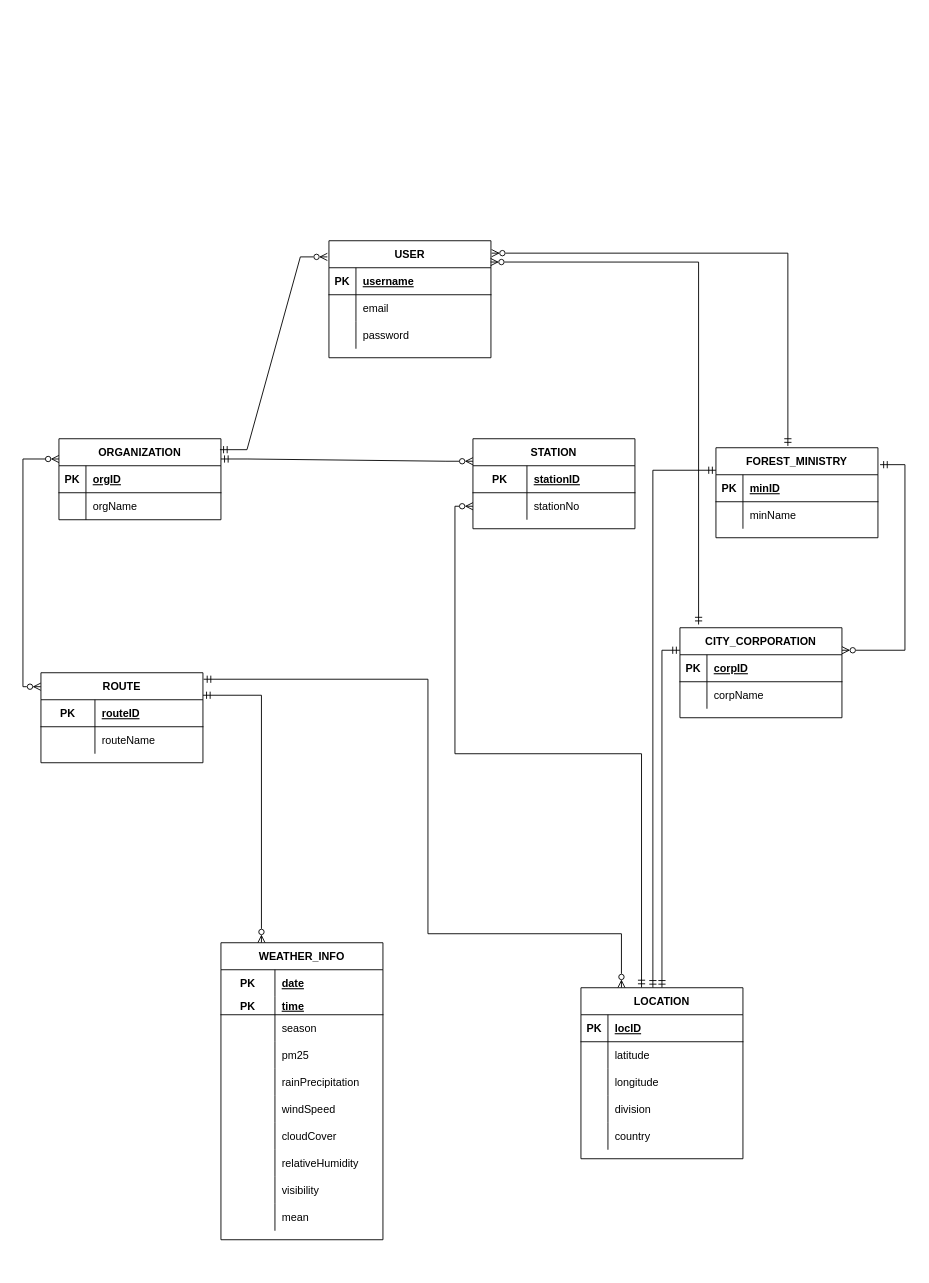
Above: z-design/EERD.drawio in zorojuro75/CSE303-sec-03-Group-03 (draw.io), before the change. Source tidied: cells renumbered, new cells numbered last; positions are measured from the earlier drawing's top-left corner, leaving out a move shared by most shapes. Both pictures are drawn from the tidied source at 90%, with x=0, y=0 at pixel (40, 240).
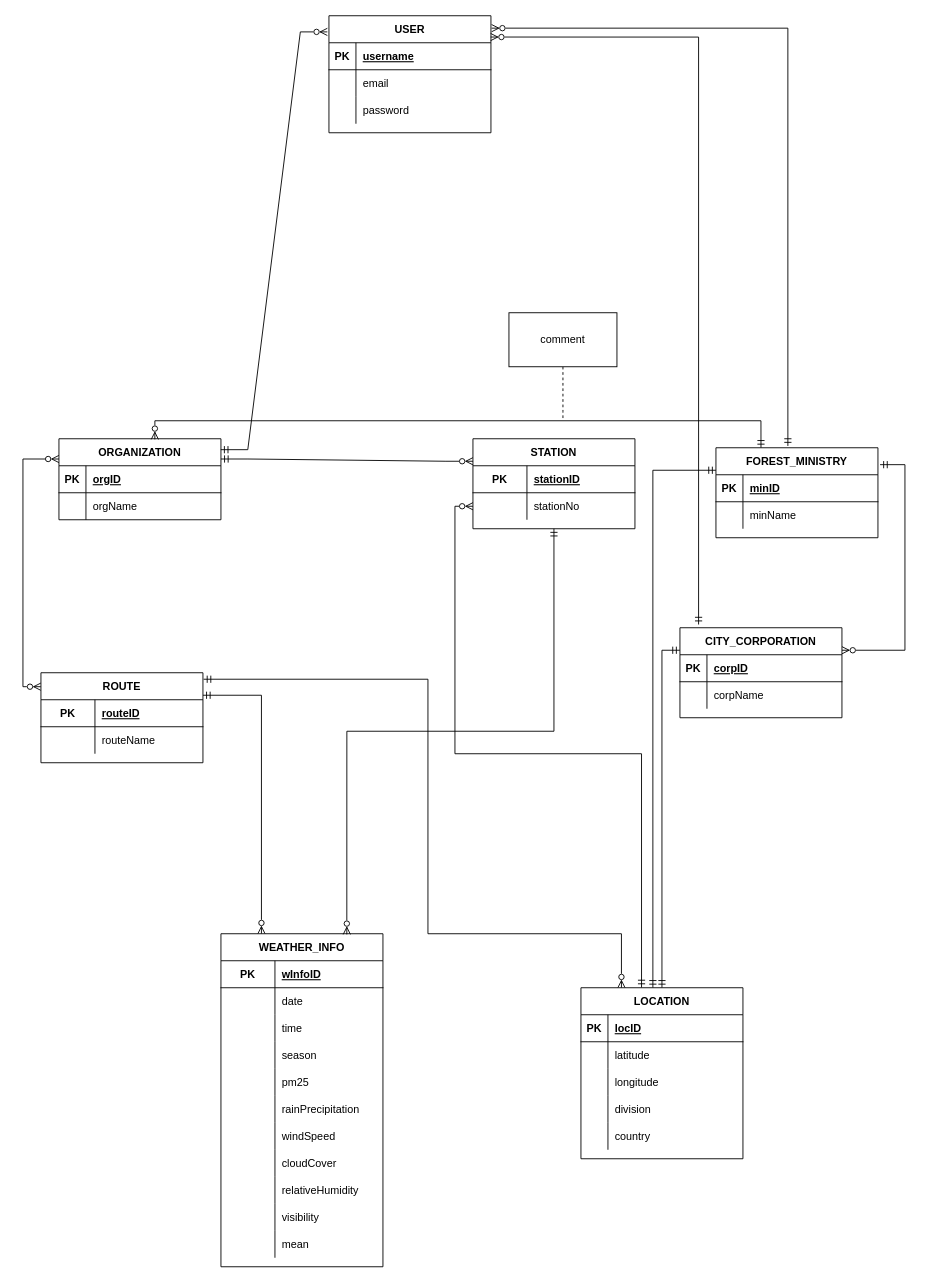
Above is the later version.

The change refers to these unchanged cells:
```xml
<mxCell id="13" value="ORGANIZATION" style="shape=table;startSize=30;childLayout=tableLayout;rowLines=0;fontStyle=1;align=center;" parent="1" vertex="1">
  <mxGeometry x="20" y="220" width="180" height="90" as="geometry" />
</mxCell>
<mxCell id="22" value="FOREST_MINISTRY" style="shape=table;startSize=30;childLayout=tableLayout;rowLines=0;fontStyle=1;align=center;" parent="1" vertex="1">
  <mxGeometry x="750" y="230" width="180" height="100" as="geometry" />
</mxCell>
<mxCell id="37" value="STATION" style="shape=table;startSize=30;childLayout=tableLayout;rowLines=0;fontStyle=1;align=center;" parent="1" vertex="1">
  <mxGeometry x="480" y="220" width="180" height="100" as="geometry" />
</mxCell>
<mxCell id="47" value="CITY_CORPORATION" style="shape=table;startSize=30;childLayout=tableLayout;rowLines=0;fontStyle=1;align=center;" parent="1" vertex="1">
  <mxGeometry x="710" y="430" width="180" height="100" as="geometry" />
</mxCell>
```

Change to the diagram source:
```diff
@@
     <mxCell id="2" value="USER" style="shape=table;startSize=30;childLayout=tableLayout;rowLines=0;fontStyle=1;align=center;" parent="1" vertex="1">
-      <mxGeometry x="320" width="180" height="130" as="geometry" />
+      <mxGeometry x="320" y="-250" width="180" height="130" as="geometry" />
     </mxCell>
@@
     <mxCell id="21" style="edgeStyle=orthogonalEdgeStyle;rounded=0;jettySize=auto;html=1;entryX=1.004;entryY=0.106;entryDx=0;entryDy=0;entryPerimeter=0;startArrow=ERmandOne;startFill=0;endArrow=ERzeroToMany;endFill=0;exitX=0.444;exitY=-0.02;exitDx=0;exitDy=0;exitPerimeter=0;" parent="1" edge="1" source="22" target="2">
       <mxGeometry relative="1" as="geometry">
         <Array as="points">
-          <mxPoint x="830" y="14" />
+          <mxPoint x="830" y="-236" />
         </Array>
       </mxGeometry>
     </mxCell>
+    <mxCell id="105" style="edgeStyle=orthogonalEdgeStyle;rounded=0;jettySize=auto;html=1;exitX=0.278;exitY=0;exitDx=0;exitDy=0;entryX=0.592;entryY=0.008;entryDx=0;entryDy=0;entryPerimeter=0;exitPerimeter=0;startArrow=ERmandOne;startFill=0;endArrow=ERzeroToMany;endFill=0;" parent="1" edge="1" source="22" target="13">
+      <mxGeometry relative="1" as="geometry" />
+    </mxCell>
@@
     <mxCell id="46" style="edgeStyle=orthogonalEdgeStyle;rounded=0;jettySize=auto;html=1;entryX=0.998;entryY=0.182;entryDx=0;entryDy=0;entryPerimeter=0;startArrow=ERmandOne;startFill=0;endArrow=ERzeroToMany;endFill=0;exitX=0.115;exitY=-0.036;exitDx=0;exitDy=0;exitPerimeter=0;" parent="1" edge="1" source="47" target="2">
       <mxGeometry relative="1" as="geometry">
         <Array as="points">
-          <mxPoint x="731" y="24" />
+          <mxPoint x="731" y="-226" />
+          <mxPoint x="500" y="-226" />
         </Array>
       </mxGeometry>
     </mxCell>
@@
     <mxCell id="54" value="WEATHER_INFO" style="shape=table;startSize=30;childLayout=tableLayout;rowLines=0;fontStyle=1;align=center;" parent="1" vertex="1">
-      <mxGeometry x="200" y="780" width="180" height="330" as="geometry" />
+      <mxGeometry x="200" y="770" width="180" height="370" as="geometry" />
     </mxCell>
-    <mxCell id="55" style="shape=tableRow;horizontal=0;startSize=0;swimlaneHead=0;swimlaneBody=0;fillColor=none;top=0;left=0;right=0;bottom=0;" parent="54" vertex="1">
-      <mxGeometry y="30" width="180" height="30" as="geometry" />
-    </mxCell>
-    <mxCell id="56" value="PK" style="shape=partialRectangle;fillColor=none;top=0;left=0;bottom=0;right=0;overflow=hidden;fontStyle=1;" parent="55" vertex="1">
-      <mxGeometry width="60" height="30" as="geometry" />
-    </mxCell>
-    <mxCell id="57" value="date" style="shape=partialRectangle;fillColor=none;top=0;left=0;bottom=0;right=0;align=left;spacingLeft=6;overflow=hidden;fontStyle=5;" parent="55" vertex="1">
-      <mxGeometry x="60" width="120" height="30" as="geometry" />
-    </mxCell>
     <mxCell id="58" style="shape=tableRow;horizontal=0;startSize=0;swimlaneHead=0;swimlaneBody=0;fillColor=none;top=0;left=0;right=0;bottom=1;" parent="54" vertex="1">
-      <mxGeometry y="60" width="180" height="20" as="geometry" />
+      <mxGeometry y="30" width="180" height="30" as="geometry" />
     </mxCell>
     <mxCell id="59" value="PK" style="shape=partialRectangle;fillColor=none;top=0;left=0;bottom=0;right=0;fontStyle=1;overflow=hidden;" parent="58" vertex="1">
-      <mxGeometry width="60" height="20" as="geometry" />
+      <mxGeometry width="60" height="30" as="geometry" />
     </mxCell>
-    <mxCell id="60" value="time" style="shape=partialRectangle;fillColor=none;top=0;left=0;bottom=0;right=0;align=left;spacingLeft=6;fontStyle=5;overflow=hidden;" parent="58" vertex="1">
-      <mxGeometry x="60" width="120" height="20" as="geometry" />
+    <mxCell id="60" value="wInfoID" style="shape=partialRectangle;fillColor=none;top=0;left=0;bottom=0;right=0;align=left;spacingLeft=6;fontStyle=5;overflow=hidden;" parent="58" vertex="1">
+      <mxGeometry x="60" width="120" height="30" as="geometry" />
     </mxCell>
+    <mxCell id="106" style="shape=tableRow;horizontal=0;startSize=0;swimlaneHead=0;swimlaneBody=0;fillColor=none;top=0;left=0;right=0;bottom=0;" parent="54" vertex="1">
+      <mxGeometry y="60" width="180" height="30" as="geometry" />
+    </mxCell>
+    <mxCell id="107" style="shape=partialRectangle;fillColor=none;top=0;left=0;bottom=0;right=0;overflow=hidden;" parent="106" vertex="1">
+      <mxGeometry width="60" height="30" as="geometry" />
+    </mxCell>
+    <mxCell id="57" value="date" style="shape=partialRectangle;fillColor=none;top=0;left=0;bottom=0;right=0;align=left;spacingLeft=6;overflow=hidden;" parent="106" vertex="1">
+      <mxGeometry x="60" width="120" height="30" as="geometry" />
+    </mxCell>
+    <mxCell id="108" style="shape=tableRow;horizontal=0;startSize=0;swimlaneHead=0;swimlaneBody=0;fillColor=none;top=0;left=0;right=0;bottom=0;" parent="54" vertex="1">
+      <mxGeometry y="90" width="180" height="30" as="geometry" />
+    </mxCell>
+    <mxCell id="109" style="shape=partialRectangle;fillColor=none;top=0;left=0;bottom=0;right=0;overflow=hidden;" parent="108" vertex="1">
+      <mxGeometry width="60" height="30" as="geometry" />
+    </mxCell>
+    <mxCell id="110" value="time" style="shape=partialRectangle;fillColor=none;top=0;left=0;bottom=0;right=0;align=left;spacingLeft=6;overflow=hidden;" parent="108" vertex="1">
+      <mxGeometry x="60" width="120" height="30" as="geometry" />
+    </mxCell>
     <mxCell id="61" style="shape=tableRow;horizontal=0;startSize=0;swimlaneHead=0;swimlaneBody=0;fillColor=none;top=0;left=0;right=0;bottom=0;" parent="54" vertex="1">
-      <mxGeometry y="80" width="180" height="30" as="geometry" />
+      <mxGeometry y="120" width="180" height="30" as="geometry" />
     </mxCell>
@@
     <mxCell id="64" style="shape=tableRow;horizontal=0;startSize=0;swimlaneHead=0;swimlaneBody=0;fillColor=none;top=0;left=0;right=0;bottom=0;" parent="54" vertex="1">
-      <mxGeometry y="110" width="180" height="30" as="geometry" />
+      <mxGeometry y="150" width="180" height="30" as="geometry" />
     </mxCell>
@@
     <mxCell id="67" style="shape=tableRow;horizontal=0;startSize=0;swimlaneHead=0;swimlaneBody=0;fillColor=none;top=0;left=0;right=0;bottom=0;" parent="54" vertex="1">
-      <mxGeometry y="140" width="180" height="30" as="geometry" />
+      <mxGeometry y="180" width="180" height="30" as="geometry" />
     </mxCell>
@@
     <mxCell id="70" style="shape=tableRow;horizontal=0;startSize=0;swimlaneHead=0;swimlaneBody=0;fillColor=none;top=0;left=0;right=0;bottom=0;" parent="54" vertex="1">
-      <mxGeometry y="170" width="180" height="30" as="geometry" />
+      <mxGeometry y="210" width="180" height="30" as="geometry" />
     </mxCell>
@@
     <mxCell id="73" style="shape=tableRow;horizontal=0;startSize=0;swimlaneHead=0;swimlaneBody=0;fillColor=none;top=0;left=0;right=0;bottom=0;" parent="54" vertex="1">
-      <mxGeometry y="200" width="180" height="30" as="geometry" />
+      <mxGeometry y="240" width="180" height="30" as="geometry" />
     </mxCell>
@@
     <mxCell id="76" style="shape=tableRow;horizontal=0;startSize=0;swimlaneHead=0;swimlaneBody=0;fillColor=none;top=0;left=0;right=0;bottom=0;" parent="54" vertex="1">
-      <mxGeometry y="230" width="180" height="30" as="geometry" />
+      <mxGeometry y="270" width="180" height="30" as="geometry" />
     </mxCell>
@@
     <mxCell id="79" style="shape=tableRow;horizontal=0;startSize=0;swimlaneHead=0;swimlaneBody=0;fillColor=none;top=0;left=0;right=0;bottom=0;" parent="54" vertex="1">
-      <mxGeometry y="260" width="180" height="30" as="geometry" />
+      <mxGeometry y="300" width="180" height="30" as="geometry" />
     </mxCell>
@@
     <mxCell id="82" style="shape=tableRow;horizontal=0;startSize=0;swimlaneHead=0;swimlaneBody=0;fillColor=none;top=0;left=0;right=0;bottom=0;" parent="54" vertex="1">
-      <mxGeometry y="290" width="180" height="30" as="geometry" />
+      <mxGeometry y="330" width="180" height="30" as="geometry" />
     </mxCell>
@@
-    <mxCell id="102" style="edgeStyle=entityRelationEdgeStyle;fontSize=12;html=1;endArrow=ERzeroToMany;rounded=0;entryX=-0.01;entryY=0.138;entryDx=0;entryDy=0;entryPerimeter=0;exitX=0.994;exitY=0.135;exitDx=0;exitDy=0;exitPerimeter=0;endFill=0;startArrow=ERmandOne;startFill=0;" parent="1" edge="1" source="13" target="2">
+    <mxCell id="102" style="edgeStyle=entityRelationEdgeStyle;fontSize=12;html=1;endArrow=ERzeroToMany;rounded=0;entryX=-0.01;entryY=0.138;entryDx=0;entryDy=0;entryPerimeter=0;endFill=0;startArrow=ERmandOne;startFill=0;exitX=0.999;exitY=0.135;exitDx=0;exitDy=0;exitPerimeter=0;" parent="1" edge="1" source="13" target="2">
       <mxGeometry relative="1" as="geometry" />
     </mxCell>
@@
+    <mxCell id="111" style="edgeStyle=orthogonalEdgeStyle;rounded=0;jettySize=auto;html=1;exitX=0.5;exitY=1;exitDx=0;exitDy=0;startArrow=none;startFill=0;endArrow=none;endFill=0;dashed=1;" parent="1" edge="1" source="112">
+      <mxGeometry relative="1" as="geometry">
+        <mxPoint x="580" y="200" as="targetPoint" />
+        <Array as="points">
+          <mxPoint x="580" y="190" />
+          <mxPoint x="580" y="190" />
+        </Array>
+      </mxGeometry>
+    </mxCell>
+    <mxCell id="112" value="comment" style="rounded=0;whiteSpace=wrap;html=1;" parent="1" vertex="1">
+      <mxGeometry x="520" y="80" width="120" height="60" as="geometry" />
+    </mxCell>
+    <mxCell id="113" style="edgeStyle=orthogonalEdgeStyle;rounded=0;jettySize=auto;html=1;exitX=0.5;exitY=1;exitDx=0;exitDy=0;entryX=0.777;entryY=0.002;entryDx=0;entryDy=0;startArrow=ERmandOne;startFill=0;endArrow=ERzeroToMany;endFill=0;entryPerimeter=0;" parent="1" edge="1" source="37" target="54">
+      <mxGeometry relative="1" as="geometry" />
+    </mxCell>
```
